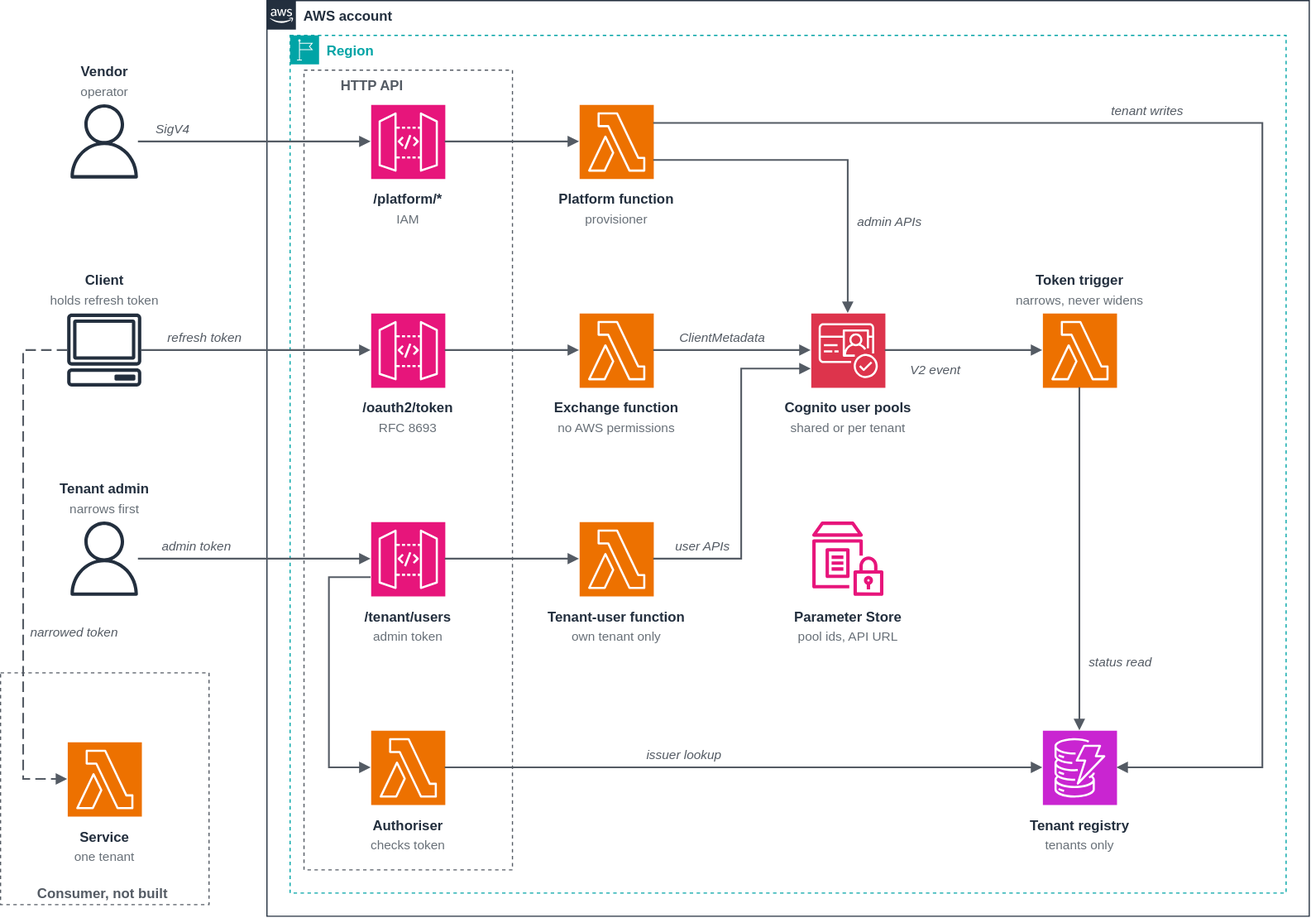
This is samples/tenant-identity/diagrams/tenant-identity.drawio.svg from aws-samples/sample-agentic-ai-acceleration-patterns, a draw.io export, as it was before one commit. Source tidied: cells renumbered, new cells last; positions are measured from the earlier drawing's top-left corner, leaving out a move shared by most shapes.
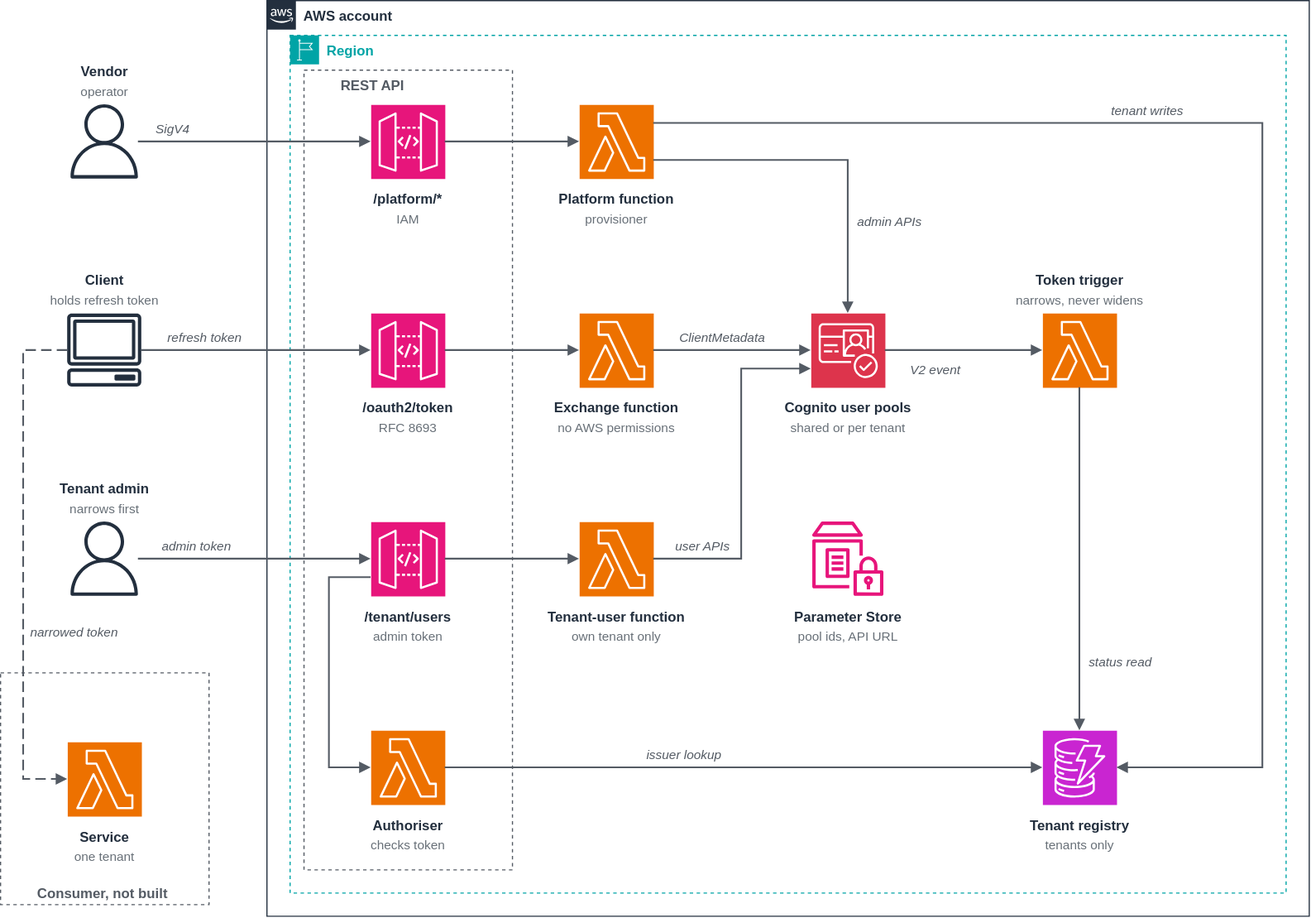
After the commit.

Commit message:
docs(tenant-identity): present the REST API as the original R-1 choice

Diff of the diagram source:
```diff
@@ -8,7 +8,7 @@
     <mxCell id="3" value="Region" style="gradientColor=none;html=0;fontSize=12;fontStyle=1;shape=mxgraph.aws4.group;grIcon=mxgraph.aws4.group_region;strokeColor=#00A4A6;fillColor=none;verticalAlign=top;align=left;spacingLeft=30;fontColor=#00A4A6;dashed=1;" parent="1" vertex="1">
       <mxGeometry x="250" y="30" width="860" height="740" as="geometry" />
     </mxCell>
-    <mxCell id="4" value="HTTP API" style="gradientColor=none;html=0;fontSize=12;fontStyle=1;shape=mxgraph.aws4.group;grIcon=mxgraph.aws4.group;strokeColor=#545B64;fillColor=none;verticalAlign=top;align=left;spacingLeft=30;fontColor=#545B64;dashed=1;" parent="1" vertex="1">
+    <mxCell id="4" value="REST API" style="gradientColor=none;html=0;fontSize=12;fontStyle=1;shape=mxgraph.aws4.group;grIcon=mxgraph.aws4.group;strokeColor=#545B64;fillColor=none;verticalAlign=top;align=left;spacingLeft=30;fontColor=#545B64;dashed=1;" parent="1" vertex="1">
       <mxGeometry x="262" y="60" width="180" height="690" as="geometry" />
     </mxCell>
     <mxCell id="5" value="Consumer, not built" style="gradientColor=none;html=0;fontSize=12;fontStyle=1;shape=mxgraph.aws4.group;grIcon=mxgraph.aws4.group;strokeColor=#545B64;fillColor=none;verticalAlign=bottom;align=left;spacingLeft=30;fontColor=#545B64;dashed=1;" parent="1" vertex="1">
```
